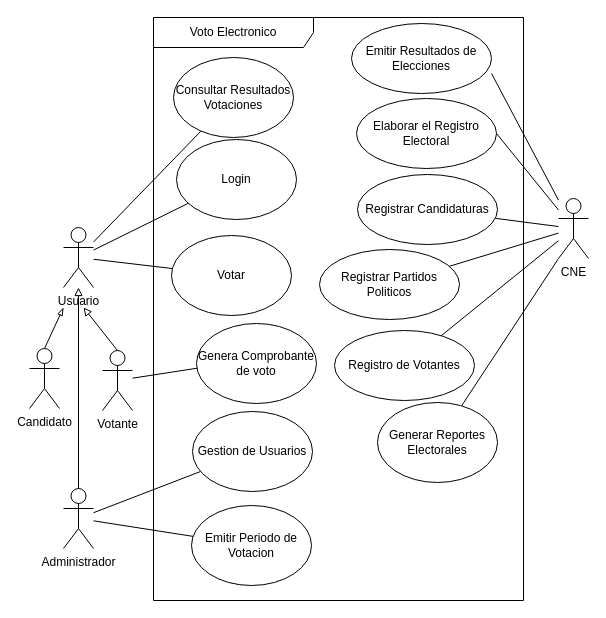
bravemilio15/DiagramasTercerCiclo keeps this draw.io diagram as page "VotoElectronico" (1 of 5) of Usecase.drawio. Above is the earlier version. Source tidied: cells renumbered, new cells numbered last; positions are measured from the earlier drawing's top-left corner, leaving out a move shared by most shapes. Both pictures are drawn from the tidied source at 100%, with x=0, y=0 at pixel (29, 17).
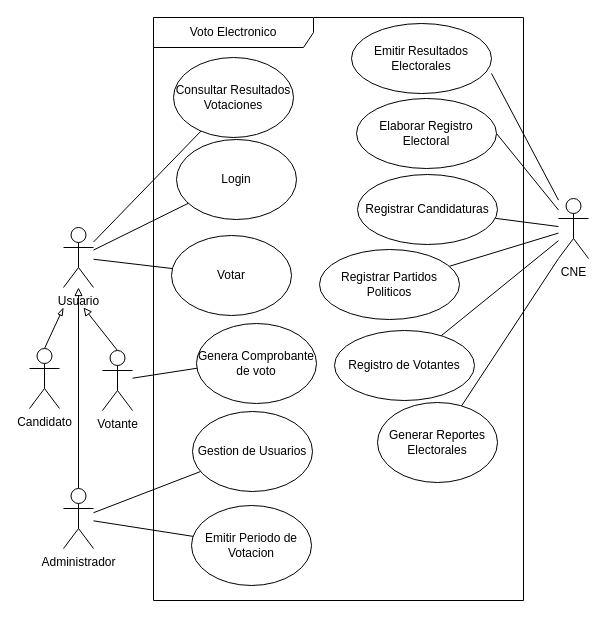
After the change.

Unchanged cells that the change refers to:
```xml
<mxCell id="23" value="Voto Electronico" style="shape=umlFrame;whiteSpace=wrap;html=1;width=160;" parent="1" vertex="1">
  <mxGeometry x="124" width="370" height="583" as="geometry" />
</mxCell>
```

The edit, as a diff of the source:
```diff
@@
-    <mxCell id="28" value="Emitir Resultados de Elecciones" style="ellipse;whiteSpace=wrap;html=1;" parent="23" vertex="1">
+    <mxCell id="28" value="Emitir Resultados Electorales" style="ellipse;whiteSpace=wrap;html=1;" parent="23" vertex="1">
       <mxGeometry x="198" y="6" width="140" height="70" as="geometry" />
     </mxCell>
-    <mxCell id="29" value="Elaborar el Registro Electoral" style="ellipse;whiteSpace=wrap;html=1;" parent="23" vertex="1">
+    <mxCell id="29" value="Elaborar Registro Electoral" style="ellipse;whiteSpace=wrap;html=1;" parent="23" vertex="1">
       <mxGeometry x="203" y="81" width="140" height="70" as="geometry" />
     </mxCell>
```
